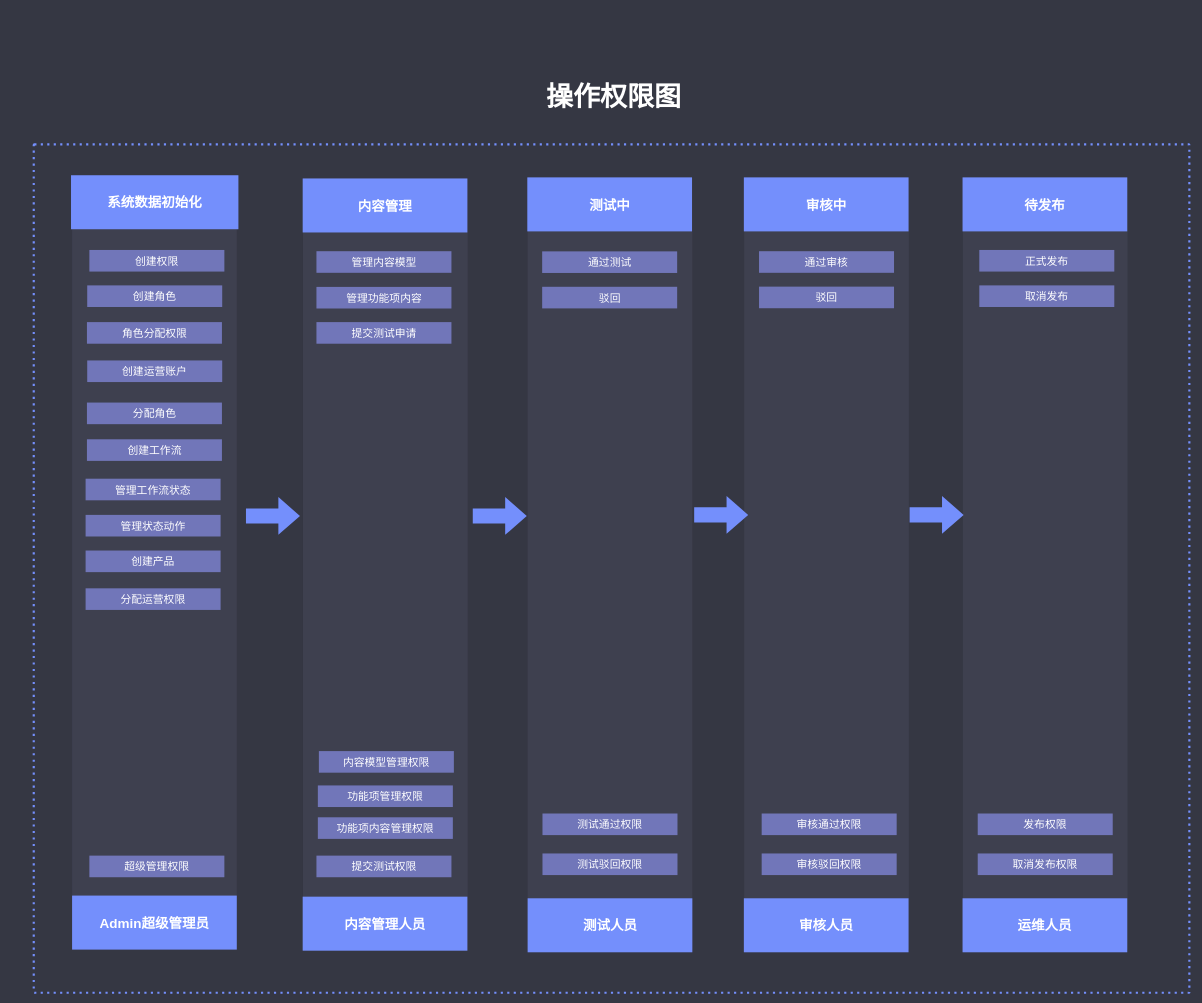
The draw.io diagram page "权限状态图" (5 of 6) of files/业务流转.drawio in hezhongfeng/DRAWIO, before the edit. Source tidied: cells renumbered, new cells numbered last; positions are measured from the earlier drawing's top-left corner, leaving out a move shared by most shapes. Both pictures are drawn from the tidied source at 54%, with x=0, y=0 at pixel (33, 72).
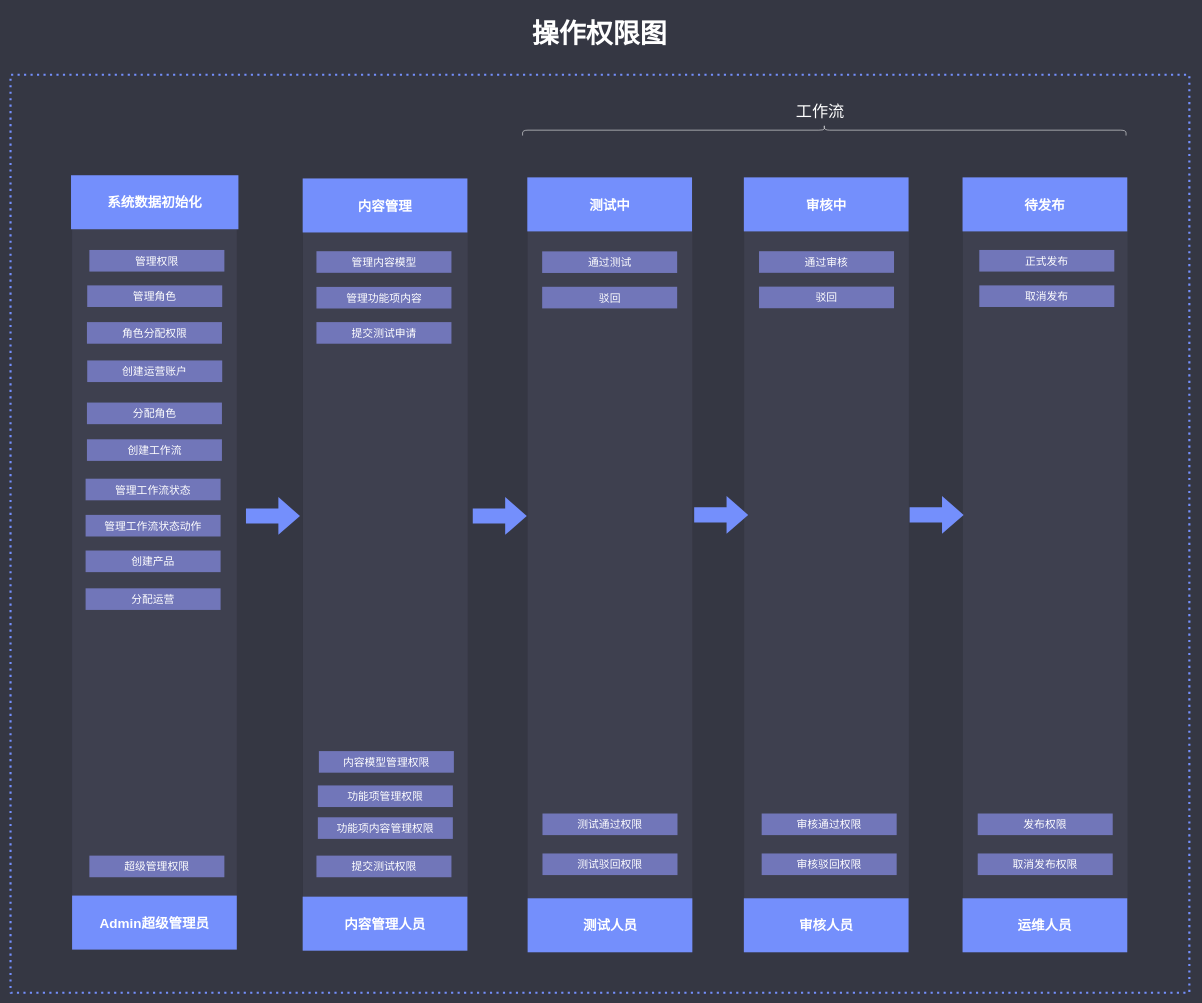
After the change.

Commit message:
更新业务流转.drawio

The edit, as a diff of the source:
```diff
@@
     <mxCell id="2" style="rounded=1;absoluteArcSize=1;arcSize=2;html=1;gradientColor=none;shadow=0;dashed=1;fontSize=20;align=left;verticalAlign=top;spacing=10;spacingTop=-4;fillColor=none;dashPattern=1 2;strokeWidth=4;fontColor=#FFFFFF;strokeColor=#748FFC;" parent="1" vertex="1">
-      <mxGeometry y="133" width="2140" height="1571" as="geometry" />
+      <mxGeometry x="-43" y="4" width="2183" height="1700" as="geometry" />
     </mxCell>
     <mxCell id="3" value="操作权限图" style="text;html=1;strokeColor=none;fillColor=none;align=center;verticalAlign=middle;whiteSpace=wrap;overflow=hidden;dashed=1;fontSize=50;fontColor=#FFFFFF;fontFamily=Helvetica;fontStyle=1;" parent="1" vertex="1">
-      <mxGeometry x="2" width="2144" height="90" as="geometry" />
+      <mxGeometry x="-43" y="-117" width="2181" height="90" as="geometry" />
     </mxCell>
@@
-    <mxCell id="7" value="分配运营权限" style="rounded=0;whiteSpace=wrap;html=1;strokeColor=none;fontColor=#FFFFFF;fontSize=20;fillColor=#7176B9;" parent="1" vertex="1">
+    <mxCell id="7" value="分配运营" style="rounded=0;whiteSpace=wrap;html=1;strokeColor=none;fontColor=#FFFFFF;fontSize=20;fillColor=#7176B9;" parent="1" vertex="1">
       <mxGeometry x="96" y="955" width="250" height="40" as="geometry" />
     </mxCell>
@@
-    <mxCell id="17" value="创建权限" style="rounded=0;whiteSpace=wrap;html=1;strokeColor=none;fontColor=#FFFFFF;fontSize=20;fillColor=#7176B9;" parent="1" vertex="1">
+    <mxCell id="17" value="管理权限" style="rounded=0;whiteSpace=wrap;html=1;strokeColor=none;fontColor=#FFFFFF;fontSize=20;fillColor=#7176B9;" parent="1" vertex="1">
       <mxGeometry x="103" y="328.4" width="250" height="40" as="geometry" />
     </mxCell>
-    <mxCell id="18" value="创建角色" style="rounded=0;whiteSpace=wrap;html=1;strokeColor=none;fontColor=#FFFFFF;fontSize=20;fillColor=#7176B9;" parent="1" vertex="1">
+    <mxCell id="18" value="管理角色" style="rounded=0;whiteSpace=wrap;html=1;strokeColor=none;fontColor=#FFFFFF;fontSize=20;fillColor=#7176B9;" parent="1" vertex="1">
       <mxGeometry x="99" y="394" width="250" height="40" as="geometry" />
     </mxCell>
@@
-    <mxCell id="23" value="管理状态动作" style="rounded=0;whiteSpace=wrap;html=1;strokeColor=none;fontColor=#FFFFFF;fontSize=20;fillColor=#7176B9;" parent="1" vertex="1">
+    <mxCell id="23" value="管理工作流状态动作" style="rounded=0;whiteSpace=wrap;html=1;strokeColor=none;fontColor=#FFFFFF;fontSize=20;fillColor=#7176B9;" parent="1" vertex="1">
       <mxGeometry x="96" y="819" width="250" height="40" as="geometry" />
     </mxCell>
@@
+    <mxCell id="53" style="shape=curlyBracket;whiteSpace=wrap;html=1;rounded=1;labelBackgroundColor=none;fontSize=25;fontColor=#FFFFFF;rotation=90;strokeColor=#FFFFFF;" parent="1" vertex="1">
+      <mxGeometry x="1454" y="-452.2" width="20" height="1117.5" as="geometry" />
+    </mxCell>
+    <mxCell id="54" value="工作流" style="text;html=1;strokeColor=none;fillColor=none;align=center;verticalAlign=middle;whiteSpace=wrap;rounded=0;labelBackgroundColor=none;fontSize=30;fontColor=#FFFFFF;" parent="1" vertex="1">
+      <mxGeometry x="1240.5" y="59" width="431" height="23" as="geometry" />
+    </mxCell>
```
